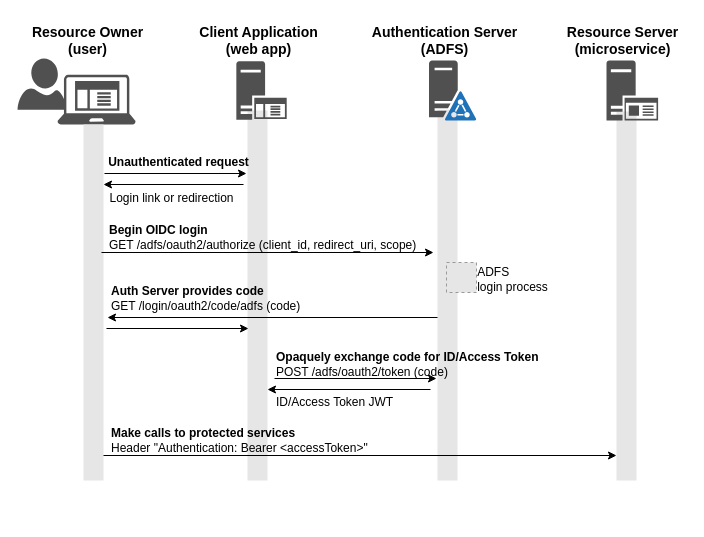
The draw.io diagram diagrams/oauth2-oidc-entities.drawio in fabianlee/oauth2-client-app-golang, before the edit. Source tidied: cells renumbered, new cells numbered last; positions are measured from the earlier drawing's top-left corner, leaving out a move shared by most shapes. Both pictures are drawn from the tidied source at 100%, with x=0, y=0 at pixel (17, 20). Pictures stored in the file or linked from it are replaced by grey dashed boxes.
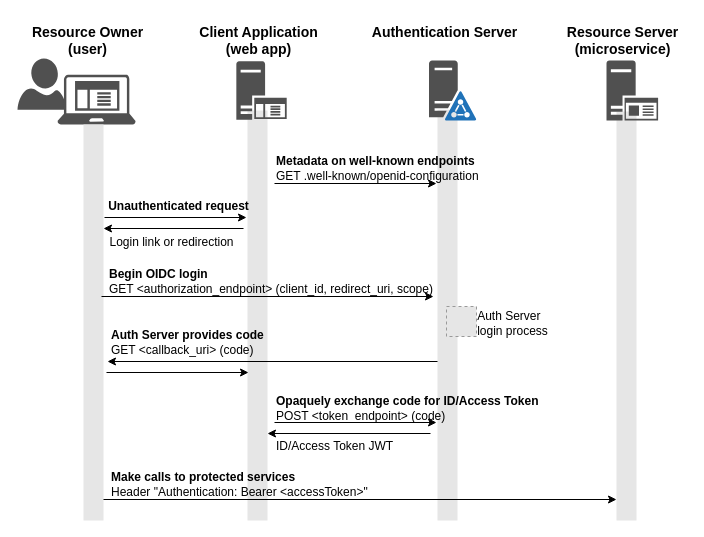
After the change.

The edit, as a diff of the source:
```diff
@@
     <mxCell id="2" style="whiteSpace=wrap;html=1;fontSize=14;fillColor=#E6E6E6;strokeColor=none;" parent="1" vertex="1">
-      <mxGeometry x="599" y="91" width="20" height="369" as="geometry" />
+      <mxGeometry x="599" y="91" width="20" height="409" as="geometry" />
     </mxCell>
     <mxCell id="3" style="whiteSpace=wrap;html=1;fontSize=14;fillColor=#E6E6E6;strokeColor=none;" parent="1" vertex="1">
-      <mxGeometry x="420" y="89.3" width="20" height="370.7" as="geometry" />
+      <mxGeometry x="420" y="89.3" width="20" height="410.7" as="geometry" />
     </mxCell>
     <mxCell id="4" style="whiteSpace=wrap;html=1;fontSize=14;fillColor=#E6E6E6;strokeColor=none;" parent="1" vertex="1">
-      <mxGeometry x="230" y="90" width="20" height="370" as="geometry" />
+      <mxGeometry x="230" y="90" width="20" height="410" as="geometry" />
     </mxCell>
@@
-    <mxCell id="12" value="&lt;div&gt;&lt;b&gt;&lt;font style=&quot;font-size: 14px&quot;&gt;Authentication Server&lt;/font&gt;&lt;/b&gt;&lt;/div&gt;&lt;div&gt;&lt;b&gt;&lt;font style=&quot;font-size: 14px&quot;&gt;(ADFS)&lt;br&gt;&lt;/font&gt;&lt;/b&gt;&lt;/div&gt;" style="text;html=1;align=center;verticalAlign=middle;fillColor=none;strokeColor=none;rounded=0;" parent="1" vertex="1">
-      <mxGeometry x="347" width="160" height="40" as="geometry" />
+    <mxCell id="12" value="&lt;div&gt;&lt;b&gt;&lt;font style=&quot;font-size: 14px&quot;&gt;Authentication Server&lt;/font&gt;&lt;/b&gt;&lt;/div&gt;" style="text;html=1;align=center;verticalAlign=middle;fillColor=none;strokeColor=none;rounded=0;" parent="1" vertex="1">
+      <mxGeometry x="342" y="-3" width="170" height="30" as="geometry" />
     </mxCell>
@@
     <mxCell id="14" style="whiteSpace=wrap;html=1;fontSize=14;fillColor=#E6E6E6;strokeColor=none;" parent="1" vertex="1">
-      <mxGeometry x="66" y="104" width="20" height="356" as="geometry" />
+      <mxGeometry x="66" y="104" width="20" height="396" as="geometry" />
     </mxCell>
     <mxCell id="15" style="endArrow=classic;html=1;rounded=0;" parent="1" edge="1">
       <mxGeometry relative="1" as="geometry">
-        <mxPoint x="87" y="153" as="sourcePoint" />
-        <mxPoint x="229" y="153" as="targetPoint" />
+        <mxPoint x="87" y="197" as="sourcePoint" />
+        <mxPoint x="229" y="197" as="targetPoint" />
       </mxGeometry>
     </mxCell>
     <mxCell id="16" style="endArrow=classic;html=1;rounded=0;" parent="1" edge="1">
       <mxGeometry relative="1" as="geometry">
-        <mxPoint x="226" y="164" as="sourcePoint" />
-        <mxPoint x="86" y="164" as="targetPoint" />
+        <mxPoint x="226" y="208" as="sourcePoint" />
+        <mxPoint x="86" y="208" as="targetPoint" />
       </mxGeometry>
     </mxCell>
     <mxCell id="17" value="Unauthenticated request" style="text;html=1;align=center;verticalAlign=middle;fillColor=none;strokeColor=none;rounded=0;fontStyle=1;" parent="1" vertex="1">
-      <mxGeometry x="81" y="132" width="160" height="20" as="geometry" />
+      <mxGeometry x="81" y="176" width="160" height="20" as="geometry" />
     </mxCell>
     <mxCell id="18" value="Login link or redirection" style="text;html=1;align=center;verticalAlign=middle;fillColor=none;strokeColor=none;rounded=0;" parent="1" vertex="1">
-      <mxGeometry x="84" y="168" width="140" height="20" as="geometry" />
+      <mxGeometry x="84" y="212" width="140" height="20" as="geometry" />
     </mxCell>
     <mxCell id="19" style="endArrow=classic;html=1;rounded=0;" parent="1" edge="1">
       <mxGeometry relative="1" as="geometry">
-        <mxPoint x="84" y="232" as="sourcePoint" />
-        <mxPoint x="416" y="232" as="targetPoint" />
+        <mxPoint x="84" y="276" as="sourcePoint" />
+        <mxPoint x="416" y="276" as="targetPoint" />
       </mxGeometry>
     </mxCell>
-    <mxCell id="20" value="&lt;div align=&quot;left&quot;&gt;&lt;b&gt;Begin OIDC login&lt;/b&gt;&lt;br&gt;&lt;/div&gt;&lt;div align=&quot;left&quot;&gt;GET /adfs/oauth2/authorize (client_id, redirect_uri, scope)&lt;/div&gt;" style="text;html=1;align=left;verticalAlign=middle;fillColor=none;strokeColor=none;rounded=0;fontStyle=0;" parent="1" vertex="1">
-      <mxGeometry x="90" y="197" width="330" height="40" as="geometry" />
+    <mxCell id="20" value="&lt;div align=&quot;left&quot;&gt;&lt;b&gt;Begin OIDC login&lt;/b&gt;&lt;br&gt;&lt;/div&gt;&lt;div align=&quot;left&quot;&gt;GET &amp;lt;authorization_endpoint&amp;gt; (client_id, redirect_uri, scope)&lt;/div&gt;" style="text;html=1;align=left;verticalAlign=middle;fillColor=none;strokeColor=none;rounded=0;fontStyle=0;" parent="1" vertex="1">
+      <mxGeometry x="90" y="241" width="350" height="40" as="geometry" />
     </mxCell>
     <mxCell id="21" style="endArrow=classic;html=1;rounded=0;" parent="1" edge="1">
       <mxGeometry relative="1" as="geometry">
-        <mxPoint x="420" y="297" as="sourcePoint" />
-        <mxPoint x="90" y="297" as="targetPoint" />
+        <mxPoint x="420" y="341" as="sourcePoint" />
+        <mxPoint x="90" y="341" as="targetPoint" />
       </mxGeometry>
     </mxCell>
-    <mxCell id="22" value="&lt;div&gt;&lt;b&gt;Auth Server provides code&lt;/b&gt;&lt;br&gt;&lt;/div&gt;&lt;div&gt;GET /login/oauth2/code/adfs (code)&lt;/div&gt;" style="text;html=1;align=left;verticalAlign=middle;fillColor=none;strokeColor=none;rounded=0;" parent="1" vertex="1">
-      <mxGeometry x="92" y="263" width="210" height="30" as="geometry" />
+    <mxCell id="22" value="&lt;div&gt;&lt;b&gt;Auth Server provides code&lt;/b&gt;&lt;br&gt;&lt;/div&gt;&lt;div&gt;GET &amp;lt;callback_uri&amp;gt; (code)&lt;/div&gt;" style="text;html=1;align=left;verticalAlign=middle;fillColor=none;strokeColor=none;rounded=0;" parent="1" vertex="1">
+      <mxGeometry x="92" y="302" width="180" height="40" as="geometry" />
     </mxCell>
     <mxCell id="23" style="endArrow=classic;html=1;rounded=0;" parent="1" edge="1">
       <mxGeometry relative="1" as="geometry">
-        <mxPoint x="89" y="308" as="sourcePoint" />
-        <mxPoint x="231" y="308" as="targetPoint" />
+        <mxPoint x="89" y="352" as="sourcePoint" />
+        <mxPoint x="231" y="352" as="targetPoint" />
       </mxGeometry>
     </mxCell>
     <mxCell id="24" style="endArrow=classic;html=1;rounded=0;" parent="1" edge="1">
       <mxGeometry relative="1" as="geometry">
-        <mxPoint x="257" y="358" as="sourcePoint" />
-        <mxPoint x="419" y="358" as="targetPoint" />
+        <mxPoint x="257" y="402" as="sourcePoint" />
+        <mxPoint x="419" y="402" as="targetPoint" />
       </mxGeometry>
     </mxCell>
     <mxCell id="25" style="endArrow=classic;html=1;rounded=0;" parent="1" edge="1">
       <mxGeometry relative="1" as="geometry">
-        <mxPoint x="413" y="369" as="sourcePoint" />
-        <mxPoint x="250" y="369" as="targetPoint" />
+        <mxPoint x="413" y="413" as="sourcePoint" />
+        <mxPoint x="250" y="413" as="targetPoint" />
       </mxGeometry>
     </mxCell>
-    <mxCell id="26" value="&lt;div&gt;&lt;b&gt;Opaquely exchange code for ID/Access Token&lt;/b&gt;&lt;br&gt;&lt;/div&gt;&lt;div&gt;POST /adfs/oauth2/token (code)&lt;br&gt;&lt;/div&gt;" style="text;html=1;align=left;verticalAlign=middle;fillColor=none;strokeColor=none;rounded=0;" parent="1" vertex="1">
-      <mxGeometry x="256.5" y="324" width="290" height="40" as="geometry" />
+    <mxCell id="26" value="&lt;div&gt;&lt;b&gt;Opaquely exchange code for ID/Access Token&lt;/b&gt;&lt;br&gt;&lt;/div&gt;&lt;div&gt;POST &amp;lt;token_endpoint&amp;gt; (code)&lt;br&gt;&lt;/div&gt;" style="text;html=1;align=left;verticalAlign=middle;fillColor=none;strokeColor=none;rounded=0;" parent="1" vertex="1">
+      <mxGeometry x="256.5" y="368" width="290" height="40" as="geometry" />
     </mxCell>
     <mxCell id="27" value="ID/Access Token JWT" style="text;html=1;align=left;verticalAlign=middle;fillColor=none;strokeColor=none;rounded=0;" parent="1" vertex="1">
-      <mxGeometry x="256.5" y="367" width="140" height="30" as="geometry" />
+      <mxGeometry x="256.5" y="411" width="140" height="30" as="geometry" />
     </mxCell>
     <mxCell id="28" style="endArrow=classic;html=1;rounded=0;" parent="1" edge="1">
       <mxGeometry relative="1" as="geometry">
-        <mxPoint x="86" y="435" as="sourcePoint" />
-        <mxPoint x="599" y="435" as="targetPoint" />
+        <mxPoint x="86" y="479" as="sourcePoint" />
+        <mxPoint x="599" y="479" as="targetPoint" />
       </mxGeometry>
     </mxCell>
     <mxCell id="29" value="&lt;div align=&quot;left&quot;&gt;&lt;b&gt;Make calls to protected services&lt;/b&gt;&lt;br&gt;&lt;/div&gt;&lt;div align=&quot;left&quot;&gt;Header &quot;Authentication: Bearer &amp;lt;accessToken&amp;gt;&quot;&lt;br&gt;&lt;/div&gt;" style="text;html=1;align=left;verticalAlign=middle;fillColor=none;strokeColor=none;rounded=0;fontStyle=0;" parent="1" vertex="1">
-      <mxGeometry x="92" y="400" width="280" height="40" as="geometry" />
+      <mxGeometry x="92" y="444" width="280" height="40" as="geometry" />
     </mxCell>
     <mxCell id="30" style="fillColor=#E6E6E6;strokeColor=#999999;dashed=1;html=1;verticalAlign=top;verticalLabelPosition=bottom;labelBackgroundColor=#ffffff;" parent="1" vertex="1">
-      <mxGeometry x="429" y="242" width="30" height="30" as="geometry" />
+      <mxGeometry x="429" y="286" width="30" height="30" as="geometry" />
     </mxCell>
-    <mxCell id="31" value="&lt;div align=&quot;left&quot;&gt;ADFS&lt;/div&gt;&lt;div align=&quot;left&quot;&gt;login process&lt;br&gt;&lt;/div&gt;" style="text;html=1;align=center;verticalAlign=middle;fillColor=none;strokeColor=none;rounded=0;" parent="1" vertex="1">
-      <mxGeometry x="450" y="239" width="90" height="40" as="geometry" />
+    <mxCell id="31" value="&lt;div align=&quot;left&quot;&gt;Auth Server&lt;br&gt;&lt;/div&gt;&lt;div align=&quot;left&quot;&gt;login process&lt;br&gt;&lt;/div&gt;" style="text;html=1;align=center;verticalAlign=middle;fillColor=none;strokeColor=none;rounded=0;" parent="1" vertex="1">
+      <mxGeometry x="450" y="283" width="90" height="40" as="geometry" />
     </mxCell>
+    <mxCell id="32" style="endArrow=classic;html=1;rounded=0;" parent="1" edge="1">
+      <mxGeometry relative="1" as="geometry">
+        <mxPoint x="257" y="163" as="sourcePoint" />
+        <mxPoint x="419" y="163" as="targetPoint" />
+      </mxGeometry>
+    </mxCell>
+    <mxCell id="33" value="&lt;div&gt;&lt;b&gt;Metadata on well-known endpoints&lt;/b&gt;&lt;br&gt;&lt;/div&gt;&lt;div&gt;GET .well-known/openid-configuration&lt;br&gt;&lt;/div&gt;" style="text;html=1;align=left;verticalAlign=middle;fillColor=none;strokeColor=none;rounded=0;" parent="1" vertex="1">
+      <mxGeometry x="256.5" y="128" width="230" height="40" as="geometry" />
+    </mxCell>
```
